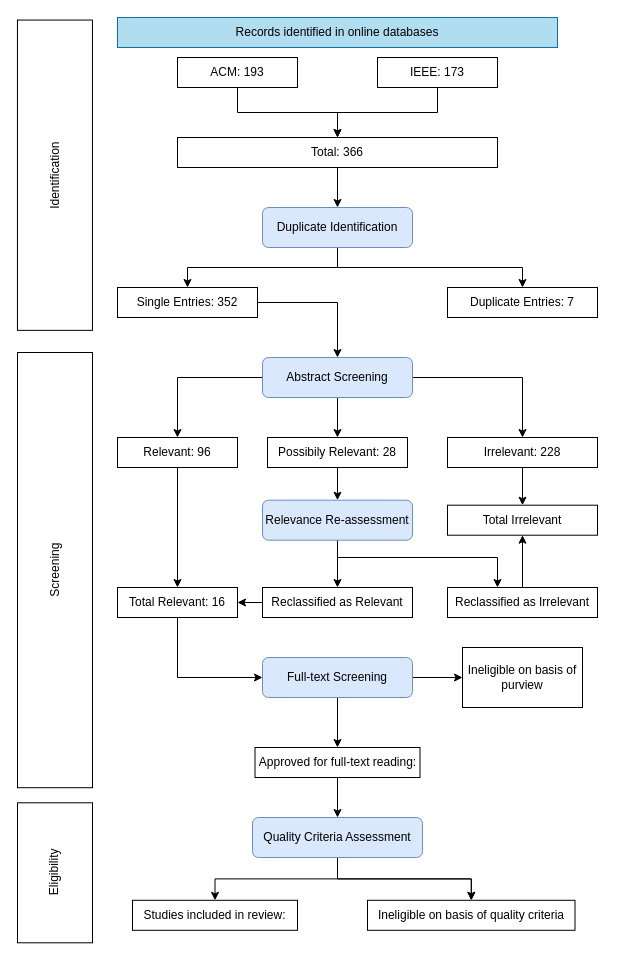
Before: eligibility_prog.drawio in nuno99costa/equipa7-challenge5-meia-2022, a draw.io diagram. Source tidied: cells renumbered, new cells numbered last; positions are measured from the earlier drawing's top-left corner, leaving out a move shared by most shapes. Both pictures are drawn from the tidied source at 100%, with x=0, y=0 at pixel (-163, 17).
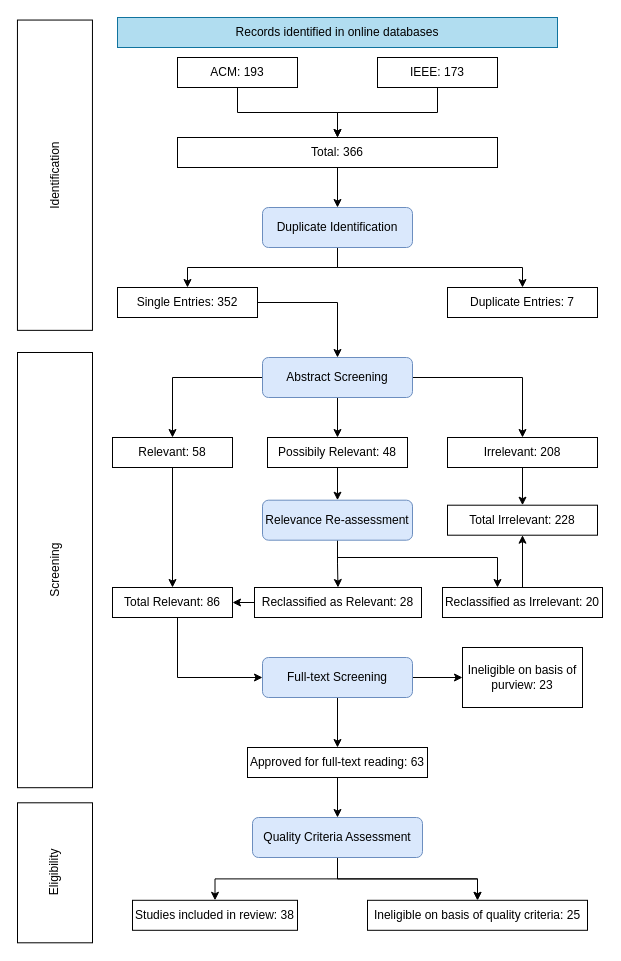
After the change.

The edit, as a diff of the source:
```diff
@@
-    <mxCell id="33" value="Irrelevant: 228" style="rounded=0;whiteSpace=wrap;html=1;" parent="1" vertex="1">
+    <mxCell id="33" value="Irrelevant: 208" style="rounded=0;whiteSpace=wrap;html=1;" parent="1" vertex="1">
       <mxGeometry x="610" y="420" width="150" height="30" as="geometry" />
     </mxCell>
@@
-    <mxCell id="35" value="Relevant: 96" style="rounded=0;whiteSpace=wrap;html=1;" parent="1" vertex="1">
-      <mxGeometry x="280" y="420" width="120" height="30" as="geometry" />
+    <mxCell id="35" value="Relevant: 58" style="rounded=0;whiteSpace=wrap;html=1;" parent="1" vertex="1">
+      <mxGeometry x="275" y="420" width="120" height="30" as="geometry" />
     </mxCell>
@@
-    <mxCell id="37" value="Possibily Relevant: 28" style="rounded=0;whiteSpace=wrap;html=1;" parent="1" vertex="1">
+    <mxCell id="37" value="Possibily Relevant: 48" style="rounded=0;whiteSpace=wrap;html=1;" parent="1" vertex="1">
       <mxGeometry x="430" y="420" width="140" height="30" as="geometry" />
     </mxCell>
@@
-    <mxCell id="39" value="Total Relevant: 16" style="rounded=0;whiteSpace=wrap;html=1;" parent="1" vertex="1">
-      <mxGeometry x="280" y="570" width="120" height="30" as="geometry" />
+    <mxCell id="39" value="Total Relevant: 86" style="rounded=0;whiteSpace=wrap;html=1;" parent="1" vertex="1">
+      <mxGeometry x="275" y="570" width="120" height="30" as="geometry" />
     </mxCell>
@@
-    <mxCell id="41" value="Reclassified as Relevant" style="rounded=0;whiteSpace=wrap;html=1;" parent="1" vertex="1">
-      <mxGeometry x="425" y="570" width="150" height="30" as="geometry" />
+    <mxCell id="41" value="Reclassified as Relevant: 28" style="rounded=0;whiteSpace=wrap;html=1;" parent="1" vertex="1">
+      <mxGeometry x="417" y="570" width="167" height="30" as="geometry" />
     </mxCell>
@@
-    <mxCell id="43" value="Reclassified as Irrelevant" style="rounded=0;whiteSpace=wrap;html=1;" parent="1" vertex="1">
-      <mxGeometry x="610" y="570" width="150" height="30" as="geometry" />
+    <mxCell id="43" value="Reclassified as Irrelevant: 20" style="rounded=0;whiteSpace=wrap;html=1;" parent="1" vertex="1">
+      <mxGeometry x="605" y="570" width="160" height="30" as="geometry" />
     </mxCell>
-    <mxCell id="44" value="Total Irrelevant" style="rounded=0;whiteSpace=wrap;html=1;" parent="1" vertex="1">
+    <mxCell id="44" value="Total Irrelevant: 228" style="rounded=0;whiteSpace=wrap;html=1;" parent="1" vertex="1">
       <mxGeometry x="610" y="487.7" width="150" height="30" as="geometry" />
     </mxCell>
-    <mxCell id="45" value="Ineligible on basis of purview" style="rounded=0;whiteSpace=wrap;html=1;" parent="1" vertex="1">
+    <mxCell id="45" value="Ineligible on basis of purview: 23" style="rounded=0;whiteSpace=wrap;html=1;" parent="1" vertex="1">
       <mxGeometry x="625" y="630" width="120" height="60" as="geometry" />
     </mxCell>
@@
-    <mxCell id="47" value="Approved for full-text reading:" style="rounded=0;whiteSpace=wrap;html=1;" parent="1" vertex="1">
-      <mxGeometry x="417.5" y="730" width="165" height="30" as="geometry" />
+    <mxCell id="47" value="Approved for full-text reading: 63" style="rounded=0;whiteSpace=wrap;html=1;" parent="1" vertex="1">
+      <mxGeometry x="410" y="730" width="180" height="30" as="geometry" />
     </mxCell>
-    <mxCell id="48" value="Studies included in review:" style="rounded=0;whiteSpace=wrap;html=1;" parent="1" vertex="1">
+    <mxCell id="48" value="Studies included in review: 38" style="rounded=0;whiteSpace=wrap;html=1;" parent="1" vertex="1">
       <mxGeometry x="295" y="882.8" width="165" height="30" as="geometry" />
     </mxCell>
-    <mxCell id="49" value="Ineligible on basis of quality criteria" style="rounded=0;whiteSpace=wrap;html=1;" parent="1" vertex="1">
-      <mxGeometry x="530" y="882.8" width="207.5" height="30" as="geometry" />
+    <mxCell id="49" value="Ineligible on basis of quality criteria: 25" style="rounded=0;whiteSpace=wrap;html=1;" parent="1" vertex="1">
+      <mxGeometry x="530" y="882.8" width="220" height="30" as="geometry" />
     </mxCell>
```
